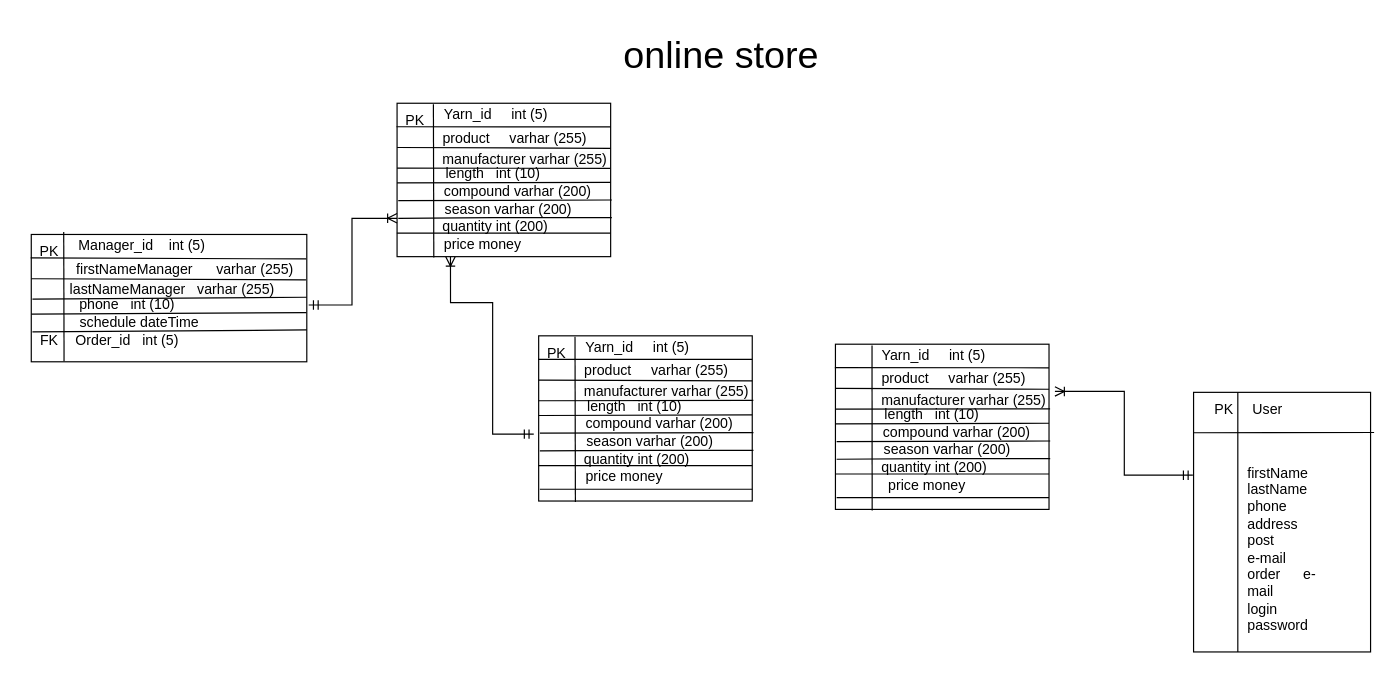
Earlier version of the draw.io diagram online store_study.drawio (TetianaAvd/Lesson1). Source tidied: cells renumbered, new cells numbered last; positions are measured from the earlier drawing's top-left corner, leaving out a move shared by most shapes. Both pictures are drawn from the tidied source at 118%, with x=0, y=0 at pixel (20, 32).
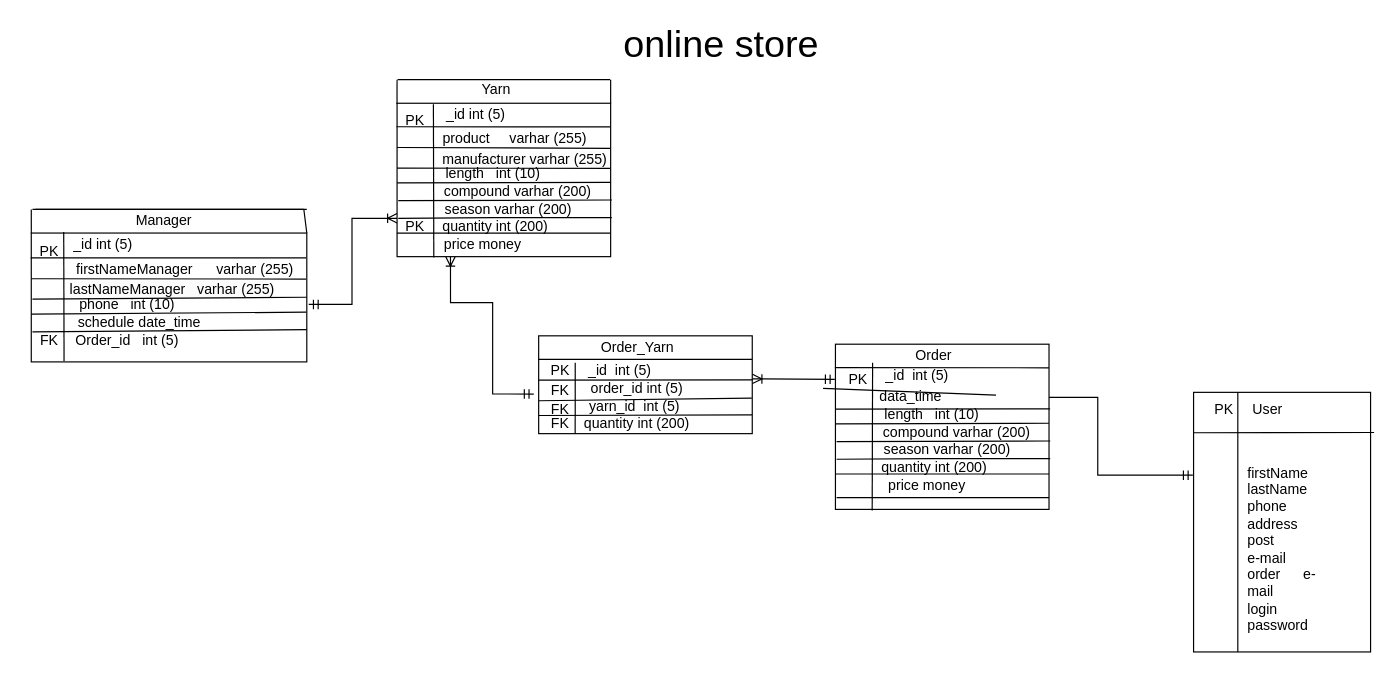
The same page after the edit.

Unchanged cells that the change refers to:
```xml
<mxCell id="7" style="rounded=0;whiteSpace=wrap;html=1;" parent="1" vertex="1">
  <mxGeometry x="319" y="60" width="181" height="130" as="geometry" />
</mxCell>
<mxCell id="9" value="PK" style="text;html=1;strokeColor=none;fillColor=none;align=center;verticalAlign=middle;whiteSpace=wrap;rounded=0;" parent="1" vertex="1">
  <mxGeometry x="310" y="60" width="49" height="30" as="geometry" />
</mxCell>
<mxCell id="64" style="rounded=0;whiteSpace=wrap;html=1;" parent="1" vertex="1">
  <mxGeometry x="690.5" y="264.2" width="181" height="140" as="geometry" />
</mxCell>
```

Change to the diagram source:
```diff
@@
     <mxCell id="12" style="endArrow=ERmandOne;html=1;rounded=0;exitX=0.25;exitY=1;exitDx=0;exitDy=0;startArrow=ERoneToMany;startFill=0;endFill=0;entryX=-0.023;entryY=0.595;entryDx=0;entryDy=0;entryPerimeter=0;edgeStyle=orthogonalEdgeStyle;" parent="1" edge="1" source="7" target="45">
       <mxGeometry relative="1" as="geometry">
         <Array as="points">
           <mxPoint x="364" y="229" />
           <mxPoint x="400" y="229" />
-          <mxPoint x="400" y="340" />
+          <mxPoint x="400" y="306" />
+          <mxPoint x="435" y="306" />
         </Array>
       </mxGeometry>
     </mxCell>
@@
     <mxCell id="14" value="&lt;font style=&quot;font-size: 32px;&quot;&gt;online store&lt;/font&gt;" style="text;html=1;strokeColor=none;fillColor=none;align=center;verticalAlign=middle;whiteSpace=wrap;rounded=0;" parent="1" vertex="1">
-      <mxGeometry x="439" width="310" height="40" as="geometry" />
+      <mxGeometry x="439" y="-10" width="310" height="40" as="geometry" />
     </mxCell>
@@
-    <mxCell id="16" value="Yarn_id&amp;nbsp; &amp;nbsp; &amp;nbsp;int (5)" style="text;html=1;strokeColor=none;fillColor=none;align=center;verticalAlign=middle;whiteSpace=wrap;rounded=0;" parent="1" vertex="1">
-      <mxGeometry x="352.5" y="55" width="100" height="30" as="geometry" />
+    <mxCell id="16" value="_id int (5)" style="text;html=1;strokeColor=none;fillColor=none;align=center;verticalAlign=middle;whiteSpace=wrap;rounded=0;" parent="1" vertex="1">
+      <mxGeometry x="336" y="55" width="100" height="30" as="geometry" />
     </mxCell>
@@
     <mxCell id="30" style="rounded=0;whiteSpace=wrap;html=1;" parent="1" vertex="1">
-      <mxGeometry x="9" y="171.2" width="233.5" height="107.9" as="geometry" />
+      <mxGeometry x="9" y="170" width="233.5" height="109.2" as="geometry" />
     </mxCell>
@@
-    <mxCell id="34" value="Manager_id&amp;nbsp; &amp;nbsp; int (5)" style="text;html=1;strokeColor=none;fillColor=none;align=center;verticalAlign=middle;whiteSpace=wrap;rounded=0;" parent="1" vertex="1">
-      <mxGeometry x="42.5" y="166.2" width="120" height="30" as="geometry" />
+    <mxCell id="34" value="_id int (5)" style="text;html=1;strokeColor=none;fillColor=none;align=center;verticalAlign=middle;whiteSpace=wrap;rounded=0;" parent="1" vertex="1">
+      <mxGeometry x="10" y="165" width="120" height="30" as="geometry" />
     </mxCell>
@@
-    <mxCell id="40" value="schedule&amp;nbsp;dateTime&amp;nbsp;" style="text;html=1;strokeColor=none;fillColor=none;align=center;verticalAlign=middle;whiteSpace=wrap;rounded=0;" parent="1" vertex="1">
+    <mxCell id="40" value="schedule&amp;nbsp;date_time&amp;nbsp;" style="text;html=1;strokeColor=none;fillColor=none;align=center;verticalAlign=middle;whiteSpace=wrap;rounded=0;" parent="1" vertex="1">
       <mxGeometry x="29.2" y="231.2" width="146.5" height="30" as="geometry" />
     </mxCell>
@@
     <mxCell id="45" style="rounded=0;whiteSpace=wrap;html=1;" parent="1" vertex="1">
-      <mxGeometry x="439" y="257.1" width="181" height="140" as="geometry" />
+      <mxGeometry x="439" y="257.1" width="181" height="82.9" as="geometry" />
     </mxCell>
-    <mxCell id="46" style="endArrow=none;html=1;rounded=0;exitX=0.172;exitY=1.006;exitDx=0;exitDy=0;entryX=0.812;entryY=0.027;entryDx=0;entryDy=0;exitPerimeter=0;entryPerimeter=0;" parent="1" edge="1" source="45" target="47">
-      <mxGeometry relative="1" as="geometry" />
-    </mxCell>
     <mxCell id="47" value="PK" style="text;html=1;strokeColor=none;fillColor=none;align=center;verticalAlign=middle;whiteSpace=wrap;rounded=0;" parent="1" vertex="1">
-      <mxGeometry x="430" y="257.1" width="49" height="30" as="geometry" />
+      <mxGeometry x="433" y="272.1" width="49" height="30" as="geometry" />
     </mxCell>
@@
-    <mxCell id="49" value="Yarn_id&amp;nbsp; &amp;nbsp; &amp;nbsp;int (5)" style="text;html=1;strokeColor=none;fillColor=none;align=center;verticalAlign=middle;whiteSpace=wrap;rounded=0;" parent="1" vertex="1">
+    <mxCell id="49" value="Order_Yarn" style="text;html=1;strokeColor=none;fillColor=none;align=center;verticalAlign=middle;whiteSpace=wrap;rounded=0;" parent="1" vertex="1">
       <mxGeometry x="472.5" y="252.1" width="100" height="30" as="geometry" />
     </mxCell>
-    <mxCell id="50" style="endArrow=none;html=1;rounded=0;exitX=0;exitY=0.75;exitDx=0;exitDy=0;entryX=0.968;entryY=0.44;entryDx=0;entryDy=0;entryPerimeter=0;" parent="1" edge="1" target="52">
+    <mxCell id="50" style="endArrow=none;html=1;rounded=0;exitX=0;exitY=0.75;exitDx=0;exitDy=0;entryX=1.002;entryY=0.45;entryDx=0;entryDy=0;entryPerimeter=0;" parent="1" edge="1" target="45">
       <mxGeometry relative="1" as="geometry">
         <mxPoint x="439" y="294.6" as="sourcePoint" />
       </mxGeometry>
     </mxCell>
-    <mxCell id="51" value="product&amp;nbsp; &amp;nbsp; &amp;nbsp;varhar (255)" style="text;html=1;strokeColor=none;fillColor=none;align=center;verticalAlign=middle;whiteSpace=wrap;rounded=0;" parent="1" vertex="1">
-      <mxGeometry x="476" y="272.1" width="126" height="30" as="geometry" />
+    <mxCell id="51" value="_id&amp;nbsp; int (5)" style="text;html=1;strokeColor=none;fillColor=none;align=center;verticalAlign=middle;whiteSpace=wrap;rounded=0;" parent="1" vertex="1">
+      <mxGeometry x="445" y="272.1" width="126" height="30" as="geometry" />
     </mxCell>
-    <mxCell id="52" value="&lt;br&gt;&lt;span style=&quot;color: rgb(0, 0, 0); font-family: Helvetica; font-size: 12px; font-style: normal; font-variant-ligatures: normal; font-variant-caps: normal; font-weight: 400; letter-spacing: normal; orphans: 2; text-align: center; text-indent: 0px; text-transform: none; widows: 2; word-spacing: 0px; -webkit-text-stroke-width: 0px; background-color: rgb(251, 251, 251); text-decoration-thickness: initial; text-decoration-style: initial; text-decoration-color: initial; float: none; display: inline !important;&quot;&gt;manufacturer varhar (255)&lt;/span&gt;" style="text;html=1;strokeColor=none;fillColor=none;align=center;verticalAlign=middle;whiteSpace=wrap;rounded=0;" parent="1" vertex="1">
-      <mxGeometry x="470" y="282.1" width="155" height="30" as="geometry" />
+    <mxCell id="52" value="order_id int (5)" style="text;html=1;strokeColor=none;fillColor=none;align=center;verticalAlign=middle;whiteSpace=wrap;rounded=0;" parent="1" vertex="1">
+      <mxGeometry x="445" y="287.1" width="155" height="30" as="geometry" />
     </mxCell>
@@
-    <mxCell id="54" value="length&amp;nbsp; &amp;nbsp;int (10)" style="text;html=1;strokeColor=none;fillColor=none;align=center;verticalAlign=middle;whiteSpace=wrap;rounded=0;" parent="1" vertex="1">
+    <mxCell id="54" value="yarn_id&amp;nbsp; int (5)" style="text;html=1;strokeColor=none;fillColor=none;align=center;verticalAlign=middle;whiteSpace=wrap;rounded=0;" parent="1" vertex="1">
       <mxGeometry x="470" y="302.1" width="101" height="30" as="geometry" />
     </mxCell>
-    <mxCell id="55" style="endArrow=none;html=1;rounded=0;exitX=0;exitY=0.75;exitDx=0;exitDy=0;entryX=1.008;entryY=0.199;entryDx=0;entryDy=0;entryPerimeter=0;" parent="1" edge="1">
-      <mxGeometry relative="1" as="geometry">
-        <mxPoint x="440" y="339.6" as="sourcePoint" />
-        <mxPoint x="621" y="339.1" as="targetPoint" />
-      </mxGeometry>
-    </mxCell>
-    <mxCell id="56" value="compound varhar (200)" style="text;html=1;strokeColor=none;fillColor=none;align=center;verticalAlign=middle;whiteSpace=wrap;rounded=0;" parent="1" vertex="1">
-      <mxGeometry x="476" y="317.1" width="131" height="30" as="geometry" />
-    </mxCell>
-    <mxCell id="57" style="endArrow=none;html=1;rounded=0;exitX=0;exitY=0.75;exitDx=0;exitDy=0;entryX=1.008;entryY=0.199;entryDx=0;entryDy=0;entryPerimeter=0;" parent="1" edge="1">
-      <mxGeometry relative="1" as="geometry">
-        <mxPoint x="440" y="354.6" as="sourcePoint" />
-        <mxPoint x="621" y="354.1" as="targetPoint" />
-        <Array as="points">
-          <mxPoint x="520" y="354.1" />
-        </Array>
-      </mxGeometry>
-    </mxCell>
-    <mxCell id="58" value="season varhar&amp;nbsp;(200)" style="text;html=1;strokeColor=none;fillColor=none;align=center;verticalAlign=middle;whiteSpace=wrap;rounded=0;" parent="1" vertex="1">
-      <mxGeometry x="476" y="332.1" width="115" height="30" as="geometry" />
-    </mxCell>
-    <mxCell id="59" style="endArrow=none;html=1;rounded=0;exitX=0;exitY=0.75;exitDx=0;exitDy=0;entryX=1.005;entryY=0.391;entryDx=0;entryDy=0;entryPerimeter=0;" parent="1" edge="1" target="45">
+    <mxCell id="59" style="endArrow=none;html=1;rounded=0;exitX=0;exitY=0.75;exitDx=0;exitDy=0;entryX=0.998;entryY=0.637;entryDx=0;entryDy=0;entryPerimeter=0;" parent="1" edge="1" target="45">
       <mxGeometry relative="1" as="geometry">
         <mxPoint x="439" y="312.1" as="sourcePoint" />
       </mxGeometry>
     </mxCell>
     <mxCell id="60" value="quantity&amp;nbsp;int (200)" style="text;html=1;strokeColor=none;fillColor=none;align=center;verticalAlign=middle;whiteSpace=wrap;rounded=0;" parent="1" vertex="1">
-      <mxGeometry x="465" y="347.1" width="115" height="30" as="geometry" />
+      <mxGeometry x="465" y="317.1" width="115" height="30" as="geometry" />
     </mxCell>
-    <mxCell id="61" style="endArrow=none;html=1;rounded=0;exitX=-0.004;exitY=0.853;exitDx=0;exitDy=0;exitPerimeter=0;" parent="1" edge="1">
-      <mxGeometry relative="1" as="geometry">
-        <mxPoint x="438.8" y="367.1" as="sourcePoint" />
-        <mxPoint x="620" y="367.1" as="targetPoint" />
-      </mxGeometry>
-    </mxCell>
-    <mxCell id="62" style="endArrow=none;html=1;rounded=0;" parent="1" edge="1">
-      <mxGeometry relative="1" as="geometry">
-        <mxPoint x="440" y="387.1" as="sourcePoint" />
-        <mxPoint x="620" y="387.1" as="targetPoint" />
-      </mxGeometry>
-    </mxCell>
-    <mxCell id="63" value="price money&amp;nbsp;" style="text;html=1;strokeColor=none;fillColor=none;align=center;verticalAlign=middle;whiteSpace=wrap;rounded=0;" parent="1" vertex="1">
-      <mxGeometry x="456" y="362.1" width="115" height="30" as="geometry" />
-    </mxCell>
@@
-    <mxCell id="65" style="endArrow=none;html=1;rounded=0;exitX=0.172;exitY=1.006;exitDx=0;exitDy=0;entryX=0.812;entryY=0.027;entryDx=0;entryDy=0;exitPerimeter=0;entryPerimeter=0;" parent="1" edge="1" source="64">
+    <mxCell id="65" style="endArrow=none;html=1;rounded=0;exitX=0.172;exitY=1.006;exitDx=0;exitDy=0;exitPerimeter=0;" parent="1" edge="1" source="64">
       <mxGeometry relative="1" as="geometry">
-        <mxPoint x="721.5" y="265.2" as="targetPoint" />
+        <mxPoint x="722" y="280" as="targetPoint" />
       </mxGeometry>
     </mxCell>
@@
-    <mxCell id="67" value="Yarn_id&amp;nbsp; &amp;nbsp; &amp;nbsp;int (5)" style="text;html=1;strokeColor=none;fillColor=none;align=center;verticalAlign=middle;whiteSpace=wrap;rounded=0;" parent="1" vertex="1">
+    <mxCell id="67" value="Order" style="text;html=1;strokeColor=none;fillColor=none;align=center;verticalAlign=middle;whiteSpace=wrap;rounded=0;" parent="1" vertex="1">
       <mxGeometry x="724" y="259.2" width="100" height="30" as="geometry" />
     </mxCell>
     <mxCell id="68" style="endArrow=none;html=1;rounded=0;exitX=0;exitY=0.75;exitDx=0;exitDy=0;entryX=0.968;entryY=0.44;entryDx=0;entryDy=0;entryPerimeter=0;" parent="1" edge="1" target="70">
       <mxGeometry relative="1" as="geometry">
-        <mxPoint x="690.5" y="301.7" as="sourcePoint" />
+        <mxPoint x="680" y="301.7" as="sourcePoint" />
       </mxGeometry>
     </mxCell>
-    <mxCell id="69" value="product&amp;nbsp; &amp;nbsp; &amp;nbsp;varhar (255)" style="text;html=1;strokeColor=none;fillColor=none;align=center;verticalAlign=middle;whiteSpace=wrap;rounded=0;" parent="1" vertex="1">
-      <mxGeometry x="727.5" y="279.2" width="126" height="30" as="geometry" />
+    <mxCell id="69" value="_id&amp;nbsp; int (5)" style="text;html=1;strokeColor=none;fillColor=none;align=center;verticalAlign=middle;whiteSpace=wrap;rounded=0;" parent="1" vertex="1">
+      <mxGeometry x="696.5" y="276.2" width="126" height="30" as="geometry" />
     </mxCell>
-    <mxCell id="70" value="&lt;br&gt;&lt;span style=&quot;color: rgb(0, 0, 0); font-family: Helvetica; font-size: 12px; font-style: normal; font-variant-ligatures: normal; font-variant-caps: normal; font-weight: 400; letter-spacing: normal; orphans: 2; text-align: center; text-indent: 0px; text-transform: none; widows: 2; word-spacing: 0px; -webkit-text-stroke-width: 0px; background-color: rgb(251, 251, 251); text-decoration-thickness: initial; text-decoration-style: initial; text-decoration-color: initial; float: none; display: inline !important;&quot;&gt;manufacturer varhar (255)&lt;/span&gt;" style="text;html=1;strokeColor=none;fillColor=none;align=center;verticalAlign=middle;whiteSpace=wrap;rounded=0;" parent="1" vertex="1">
-      <mxGeometry x="721.5" y="289.2" width="155" height="30" as="geometry" />
+    <mxCell id="70" value="data_time" style="text;html=1;strokeColor=none;fillColor=none;align=center;verticalAlign=middle;whiteSpace=wrap;rounded=0;" parent="1" vertex="1">
+      <mxGeometry x="676.5" y="294.2" width="155" height="30" as="geometry" />
     </mxCell>
@@
+    <mxCell id="82" style="endArrow=none;html=1;rounded=0;" parent="1" edge="1">
+      <mxGeometry relative="1" as="geometry">
+        <mxPoint x="10" y="150" as="sourcePoint" />
+        <mxPoint x="240" y="150" as="targetPoint" />
+      </mxGeometry>
+    </mxCell>
+    <mxCell id="83" style="endArrow=none;html=1;rounded=0;exitX=-0.008;exitY=0.179;exitDx=0;exitDy=0;exitPerimeter=0;" parent="1" edge="1" source="34">
+      <mxGeometry relative="1" as="geometry">
+        <mxPoint x="9" y="150" as="targetPoint" />
+      </mxGeometry>
+    </mxCell>
+    <mxCell id="84" style="endArrow=none;html=1;rounded=0;" parent="1" edge="1">
+      <mxGeometry relative="1" as="geometry">
+        <mxPoint x="12.5" y="150" as="sourcePoint" />
+        <mxPoint x="242.5" y="150" as="targetPoint" />
+      </mxGeometry>
+    </mxCell>
+    <mxCell id="85" style="endArrow=none;html=1;rounded=0;exitX=1;exitY=0;exitDx=0;exitDy=0;" parent="1" edge="1" source="30">
+      <mxGeometry relative="1" as="geometry">
+        <mxPoint x="240" y="150" as="targetPoint" />
+      </mxGeometry>
+    </mxCell>
+    <mxCell id="86" value="&lt;span style=&quot;color: rgb(0, 0, 0); font-family: Helvetica; font-size: 12px; font-style: normal; font-variant-ligatures: normal; font-variant-caps: normal; font-weight: 400; letter-spacing: normal; orphans: 2; text-align: center; text-indent: 0px; text-transform: none; widows: 2; word-spacing: 0px; -webkit-text-stroke-width: 0px; background-color: rgb(251, 251, 251); text-decoration-thickness: initial; text-decoration-style: initial; text-decoration-color: initial; float: none; display: inline !important;&quot;&gt;Manager&lt;/span&gt;" style="text;whiteSpace=wrap;html=1;" parent="1" vertex="1">
+      <mxGeometry x="95.8" y="146.2" width="80" height="40" as="geometry" />
+    </mxCell>
+    <mxCell id="87" style="endArrow=none;html=1;rounded=0;exitX=0.183;exitY=0.02;exitDx=0;exitDy=0;exitPerimeter=0;" parent="1" edge="1" source="9">
+      <mxGeometry relative="1" as="geometry">
+        <mxPoint x="319" y="40" as="targetPoint" />
+      </mxGeometry>
+    </mxCell>
+    <mxCell id="88" style="endArrow=none;html=1;rounded=0;exitX=1;exitY=0;exitDx=0;exitDy=0;" parent="1" edge="1" source="7">
+      <mxGeometry relative="1" as="geometry">
+        <mxPoint x="500" y="40" as="targetPoint" />
+      </mxGeometry>
+    </mxCell>
+    <mxCell id="89" style="endArrow=none;html=1;rounded=0;" parent="1" edge="1">
+      <mxGeometry relative="1" as="geometry">
+        <mxPoint x="319.5" y="40" as="sourcePoint" />
+        <mxPoint x="499.5" y="40" as="targetPoint" />
+        <Array as="points">
+          <mxPoint x="409.5" y="40" />
+        </Array>
+      </mxGeometry>
+    </mxCell>
+    <mxCell id="90" value="&lt;span style=&quot;color: rgb(0, 0, 0); font-family: Helvetica; font-size: 12px; font-style: normal; font-variant-ligatures: normal; font-variant-caps: normal; font-weight: 400; letter-spacing: normal; orphans: 2; text-align: center; text-indent: 0px; text-transform: none; widows: 2; word-spacing: 0px; -webkit-text-stroke-width: 0px; background-color: rgb(251, 251, 251); text-decoration-thickness: initial; text-decoration-style: initial; text-decoration-color: initial; float: none; display: inline !important;&quot;&gt;Yarn&lt;/span&gt;" style="text;whiteSpace=wrap;html=1;" parent="1" vertex="1">
+      <mxGeometry x="389" y="35" width="60" height="40" as="geometry" />
+    </mxCell>
+    <mxCell id="91" value="FK" style="text;html=1;strokeColor=none;fillColor=none;align=center;verticalAlign=middle;whiteSpace=wrap;rounded=0;" parent="1" vertex="1">
+      <mxGeometry x="433" y="289.2" width="49" height="30" as="geometry" />
+    </mxCell>
+    <mxCell id="92" style="endArrow=none;html=1;rounded=0;exitX=0.043;exitY=0.764;exitDx=0;exitDy=0;exitPerimeter=0;" parent="1" edge="1" source="60">
+      <mxGeometry relative="1" as="geometry">
+        <mxPoint x="470" y="280" as="targetPoint" />
+      </mxGeometry>
+    </mxCell>
+    <mxCell id="93" value="FK" style="text;html=1;strokeColor=none;fillColor=none;align=center;verticalAlign=middle;whiteSpace=wrap;rounded=0;" parent="1" vertex="1">
+      <mxGeometry x="433" y="305" width="49" height="30" as="geometry" />
+    </mxCell>
+    <mxCell id="94" value="FK" style="text;html=1;strokeColor=none;fillColor=none;align=center;verticalAlign=middle;whiteSpace=wrap;rounded=0;" parent="1" vertex="1">
+      <mxGeometry x="433" y="317.1" width="49" height="30" as="geometry" />
+    </mxCell>
+    <mxCell id="95" value="PK" style="text;html=1;strokeColor=none;fillColor=none;align=center;verticalAlign=middle;whiteSpace=wrap;rounded=0;" parent="1" vertex="1">
+      <mxGeometry x="310" y="150" width="49" height="30" as="geometry" />
+    </mxCell>
+    <mxCell id="96" style="endArrow=ERmandOne;html=1;rounded=0;exitX=1.001;exitY=0.44;exitDx=0;exitDy=0;exitPerimeter=0;startArrow=ERoneToMany;startFill=0;endFill=0;" parent="1" edge="1" source="45">
+      <mxGeometry relative="1" as="geometry">
+        <mxPoint x="690" y="294" as="targetPoint" />
+      </mxGeometry>
+    </mxCell>
+    <mxCell id="97" value="PK" style="text;html=1;strokeColor=none;fillColor=none;align=center;verticalAlign=middle;whiteSpace=wrap;rounded=0;" parent="1" vertex="1">
+      <mxGeometry x="680" y="279.2" width="60" height="30" as="geometry" />
+    </mxCell>
```
